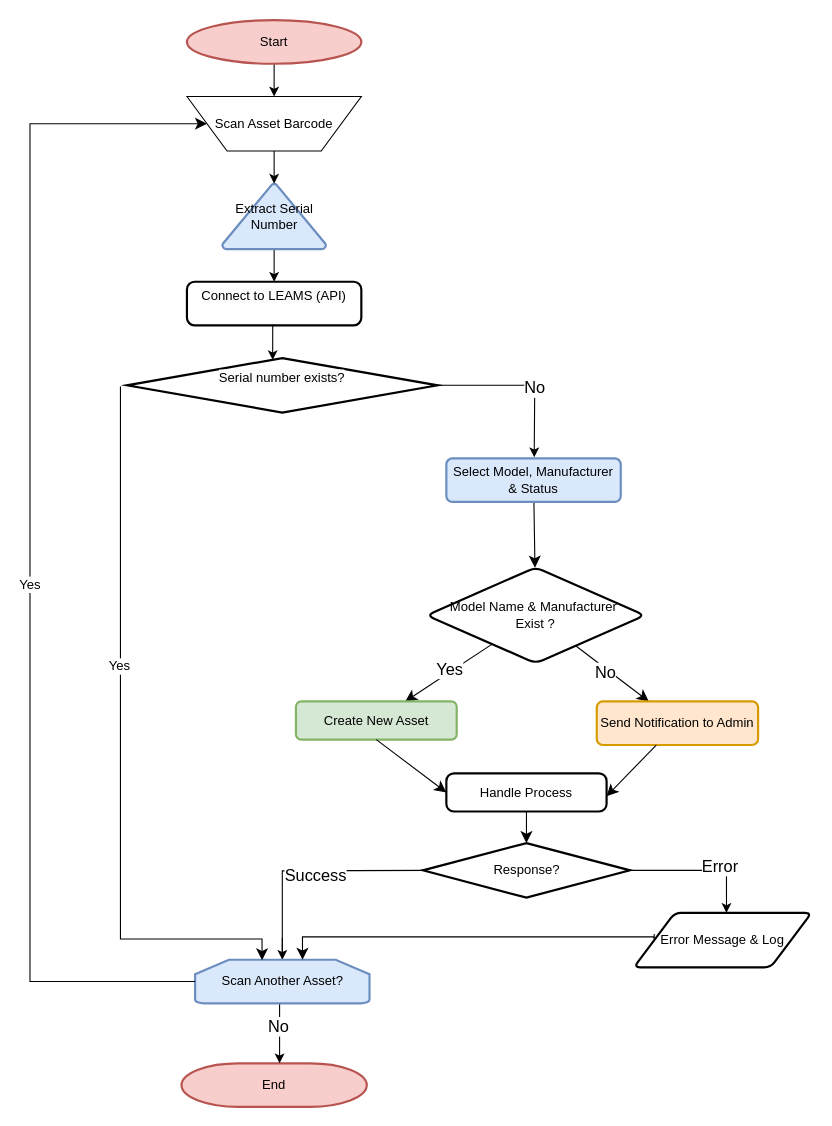
Above: page "Page-2" (2 of 3) of test.drawio in Imanetoumouh/decentralized-app (draw.io), before the change. Source tidied: cells renumbered, new cells numbered last; positions are measured from the earlier drawing's top-left corner, leaving out a move shared by most shapes. Both pictures are drawn from the tidied source at 109%, with x=0, y=0 at pixel (29, 20).
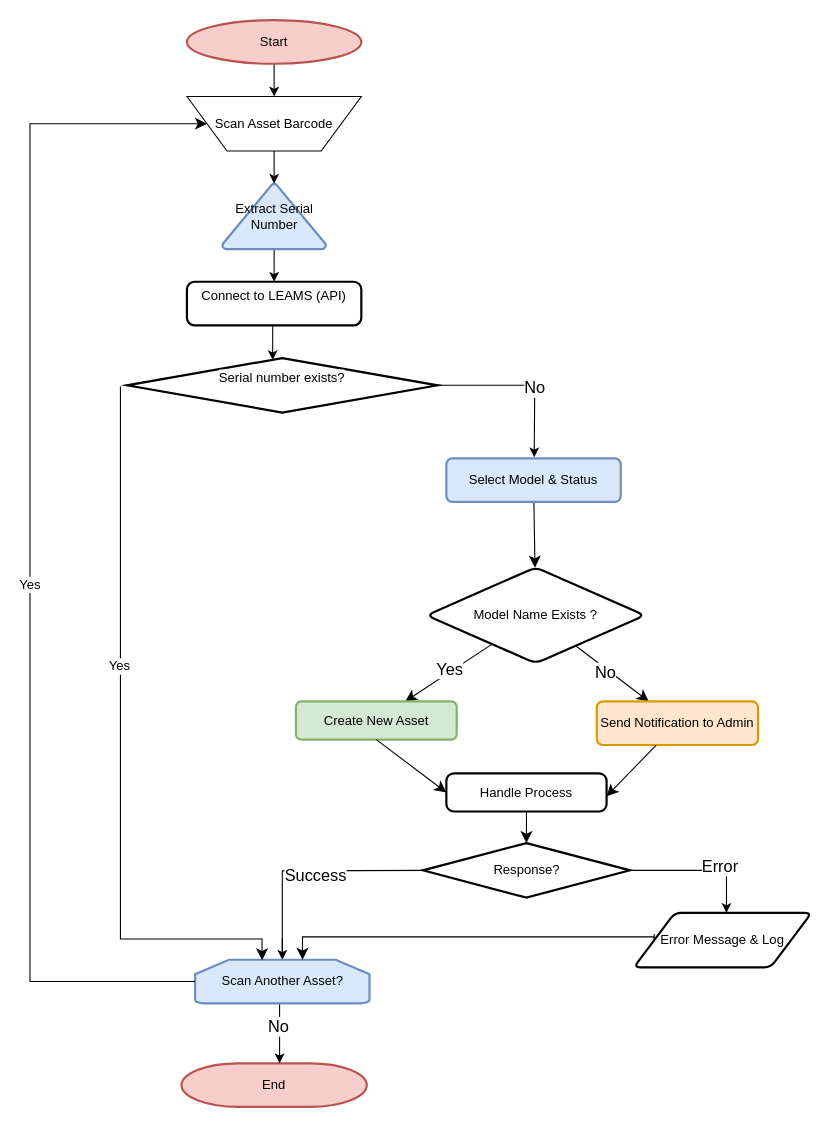
Above is the later version.

Commit message:
Mettre à jour test.drawio

Change to the diagram source:
```diff
@@
-    <mxCell id="21" value="Select Model, Manufacturer &amp;amp; Status" style="whiteSpace=wrap;html=1;rounded=1;arcSize=14;strokeWidth=2;fillColor=#dae8fc;strokeColor=#6c8ebf;" parent="1" vertex="1">
+    <mxCell id="21" value="Select Model &amp;amp; Status" style="whiteSpace=wrap;html=1;rounded=1;arcSize=14;strokeWidth=2;fillColor=#dae8fc;strokeColor=#6c8ebf;" parent="1" vertex="1">
       <mxGeometry x="382" y="402" width="160" height="40" as="geometry" />
     </mxCell>
@@
-    <mxCell id="26" value="&lt;div style=&quot;&quot;&gt;&lt;span style=&quot;background-color: initial;&quot;&gt;Model Name &amp;amp; Manufacturer&amp;nbsp;&lt;/span&gt;&lt;/div&gt;&lt;div style=&quot;&quot;&gt;&lt;span style=&quot;background-color: initial;&quot;&gt;Exist ?&lt;/span&gt;&lt;/div&gt;" style="rhombus;whiteSpace=wrap;html=1;rounded=1;arcSize=14;strokeWidth=2;align=center;" parent="1" vertex="1">
+    <mxCell id="26" value="&lt;div style=&quot;&quot;&gt;&lt;span style=&quot;background-color: initial;&quot;&gt;Model Name&amp;nbsp;&lt;/span&gt;&lt;span style=&quot;background-color: initial;&quot;&gt;Exists ?&lt;/span&gt;&lt;/div&gt;" style="rhombus;whiteSpace=wrap;html=1;rounded=1;arcSize=14;strokeWidth=2;align=center;" parent="1" vertex="1">
       <mxGeometry x="364" y="502" width="200" height="88" as="geometry" />
     </mxCell>
```
